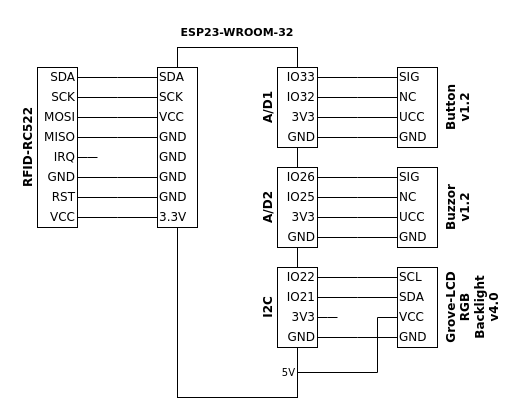
Above: docs/assets/models/schematics.drawio.xml in finnge/iot-service-button (draw.io), before the change. Source tidied: cells renumbered, new cells numbered last; positions are measured from the earlier drawing's top-left corner, leaving out a move shared by most shapes. Both pictures are drawn from the tidied source at 100%, with x=0, y=0 at pixel (17, 17).
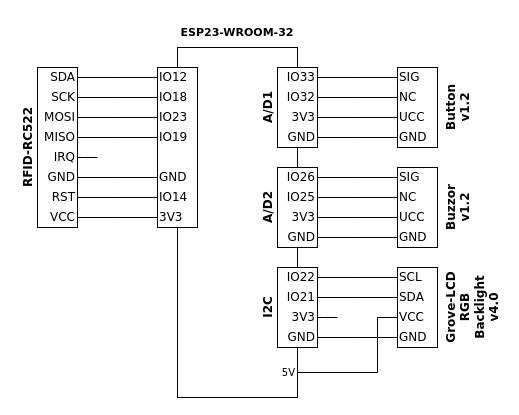
The same page after the edit.

Commit message:
Updated Schematics for RFID (Closes #5)

Change to the diagram source:
```diff
@@
-    <mxCell id="63" value="SDA" style="text;html=1;strokeColor=none;fillColor=none;align=left;verticalAlign=middle;whiteSpace=wrap;rounded=0;fontFamily=Verdana;" parent="1" vertex="1">
+    <mxCell id="63" value="IO12" style="text;html=1;strokeColor=none;fillColor=none;align=left;verticalAlign=middle;whiteSpace=wrap;rounded=0;fontFamily=Verdana;" parent="1" vertex="1">
       <mxGeometry x="140" y="50" width="40" height="20" as="geometry" />
     </mxCell>
-    <mxCell id="64" value="SCK" style="text;html=1;strokeColor=none;fillColor=none;align=left;verticalAlign=middle;whiteSpace=wrap;rounded=0;fontFamily=Verdana;" parent="1" vertex="1">
+    <mxCell id="64" value="IO18" style="text;html=1;strokeColor=none;fillColor=none;align=left;verticalAlign=middle;whiteSpace=wrap;rounded=0;fontFamily=Verdana;" parent="1" vertex="1">
       <mxGeometry x="140" y="70" width="40" height="20" as="geometry" />
     </mxCell>
-    <mxCell id="65" value="VCC" style="text;html=1;strokeColor=none;fillColor=none;align=left;verticalAlign=middle;whiteSpace=wrap;rounded=0;fontFamily=Verdana;" parent="1" vertex="1">
+    <mxCell id="65" value="IO23" style="text;html=1;strokeColor=none;fillColor=none;align=left;verticalAlign=middle;whiteSpace=wrap;rounded=0;fontFamily=Verdana;" parent="1" vertex="1">
       <mxGeometry x="140" y="90" width="40" height="20" as="geometry" />
     </mxCell>
-    <mxCell id="66" value="GND" style="text;html=1;strokeColor=none;fillColor=none;align=left;verticalAlign=middle;whiteSpace=wrap;rounded=0;fontFamily=Verdana;" parent="1" vertex="1">
+    <mxCell id="66" value="IO19" style="text;html=1;strokeColor=none;fillColor=none;align=left;verticalAlign=middle;whiteSpace=wrap;rounded=0;fontFamily=Verdana;" parent="1" vertex="1">
       <mxGeometry x="140" y="110" width="40" height="20" as="geometry" />
     </mxCell>
@@
-    <mxCell id="69" value="GND" style="text;html=1;strokeColor=none;fillColor=none;align=left;verticalAlign=middle;whiteSpace=wrap;rounded=0;fontFamily=Verdana;" parent="1" vertex="1">
-      <mxGeometry x="140" y="130" width="40" height="20" as="geometry" />
-    </mxCell>
@@
-    <mxCell id="75" value="GND" style="text;html=1;strokeColor=none;fillColor=none;align=left;verticalAlign=middle;whiteSpace=wrap;rounded=0;fontFamily=Verdana;" parent="1" vertex="1">
+    <mxCell id="75" value="IO14" style="text;html=1;strokeColor=none;fillColor=none;align=left;verticalAlign=middle;whiteSpace=wrap;rounded=0;fontFamily=Verdana;" parent="1" vertex="1">
       <mxGeometry x="140" y="170" width="40" height="20" as="geometry" />
     </mxCell>
@@
-    <mxCell id="78" value="3.3V" style="text;html=1;strokeColor=none;fillColor=none;align=left;verticalAlign=middle;whiteSpace=wrap;rounded=0;fontFamily=Verdana;" parent="1" vertex="1">
+    <mxCell id="78" value="3V3" style="text;html=1;strokeColor=none;fillColor=none;align=left;verticalAlign=middle;whiteSpace=wrap;rounded=0;fontFamily=Verdana;" parent="1" vertex="1">
       <mxGeometry x="140" y="190" width="40" height="20" as="geometry" />
     </mxCell>
```
